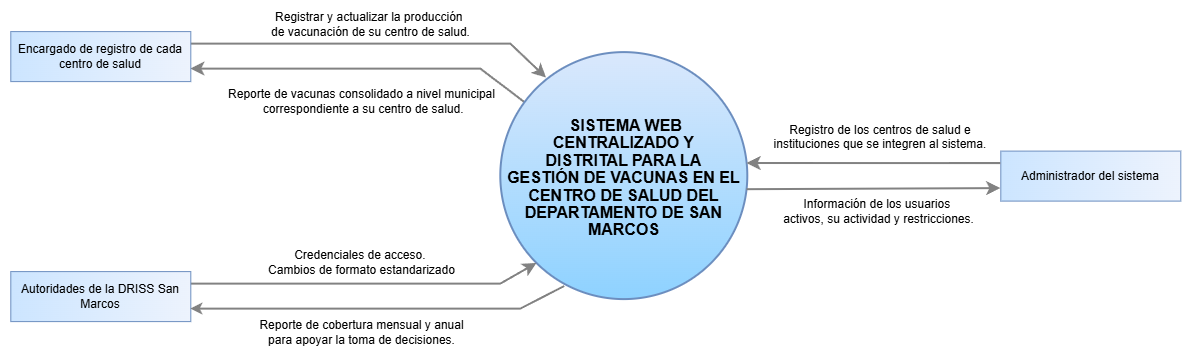
Above: Diagramas/DiagramaDeContextoDelSistema.png in WishoSz/PropuestaProyectoDeCarrera (draw.io), before the change. Source tidied: cells renumbered, new cells last; positions are measured from the earlier drawing's top-left corner, leaving out a move shared by most shapes.
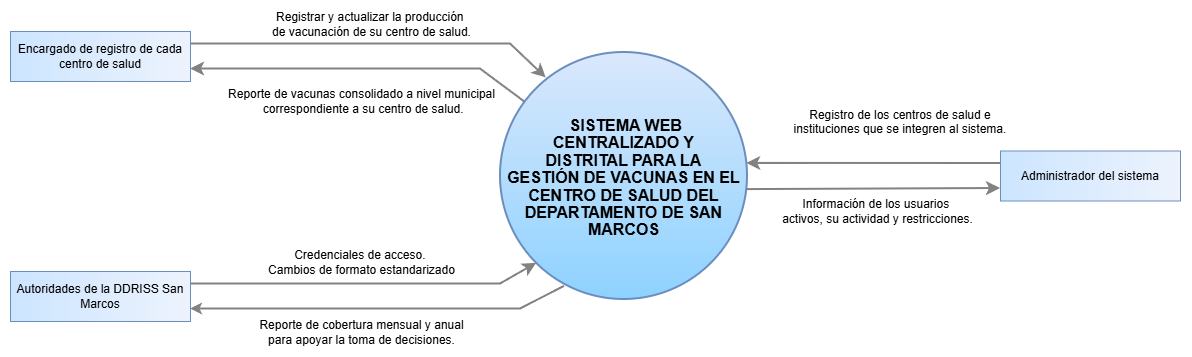
The same diagram one commit later.

Commit message:
Actualice el DRISS por DDRISS

Change to the diagram source:
```diff
@@ -41,7 +41,7 @@
         </Array>
       </mxGeometry>
     </mxCell>
-    <mxCell id="9" value="Autoridades de la DRISS San Marcos" style="rounded=0;whiteSpace=wrap;html=1;strokeColor=#6c8ebf;align=center;verticalAlign=middle;fontFamily=Helvetica;fontSize=12;fontColor=default;fillColor=light-dark(#edf3fd, #1d293b);gradientColor=light-dark(#CCE5FF,#436697);gradientDirection=west;" parent="1" vertex="1">
+    <mxCell id="9" value="Autoridades de la DDRISS San Marcos" style="rounded=0;whiteSpace=wrap;html=1;strokeColor=#6c8ebf;align=center;verticalAlign=middle;fontFamily=Helvetica;fontSize=12;fontColor=default;fillColor=light-dark(#edf3fd, #1d293b);gradientColor=light-dark(#CCE5FF,#436697);gradientDirection=west;" parent="1" vertex="1">
       <mxGeometry y="240" width="180" height="50" as="geometry" />
     </mxCell>
     <mxCell id="10" style="edgeStyle=none;curved=0;rounded=0;jettySize=auto;html=1;exitX=1;exitY=0.75;exitDx=0;exitDy=0;entryX=0.259;entryY=0.947;entryDx=0;entryDy=0;entryPerimeter=0;fontSize=12;startArrow=classic;startFill=1;endArrow=none;endFill=0;strokeWidth=2;strokeColor=light-dark(#828282,#EDEDED);" parent="1" edge="1" source="9" target="3">
@@ -72,7 +72,7 @@
       </mxGeometry>
     </mxCell>
     <mxCell id="17" value="Registro de los centros de salud e instituciones que se integren al sistema." style="text;whiteSpace=wrap;align=center;" parent="1" vertex="1">
-      <mxGeometry x="760" y="85" width="220" height="60" as="geometry" />
+      <mxGeometry x="780" y="70" width="220" height="60" as="geometry" />
     </mxCell>
   </root>
 </mxGraphModel>
```
